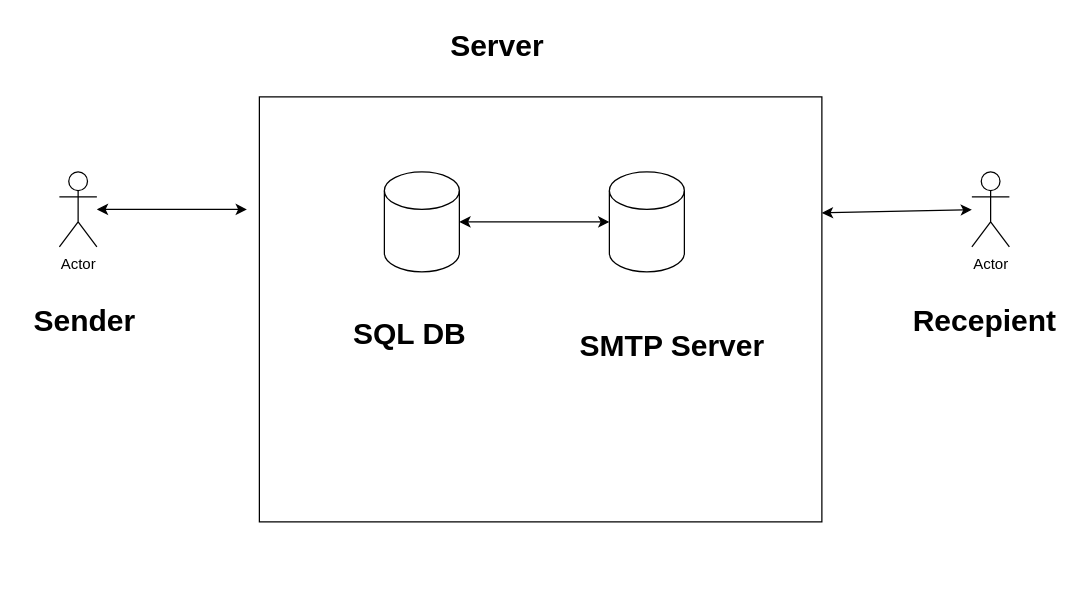
Above: smtp.drawio in icheglakov/diagrams_ (draw.io), before the change. Source tidied: cells renumbered, new cells numbered last; positions are measured from the earlier drawing's top-left corner, leaving out a move shared by most shapes. Both pictures are drawn from the tidied source at 125%, with x=0, y=0 at pixel (21, 21).
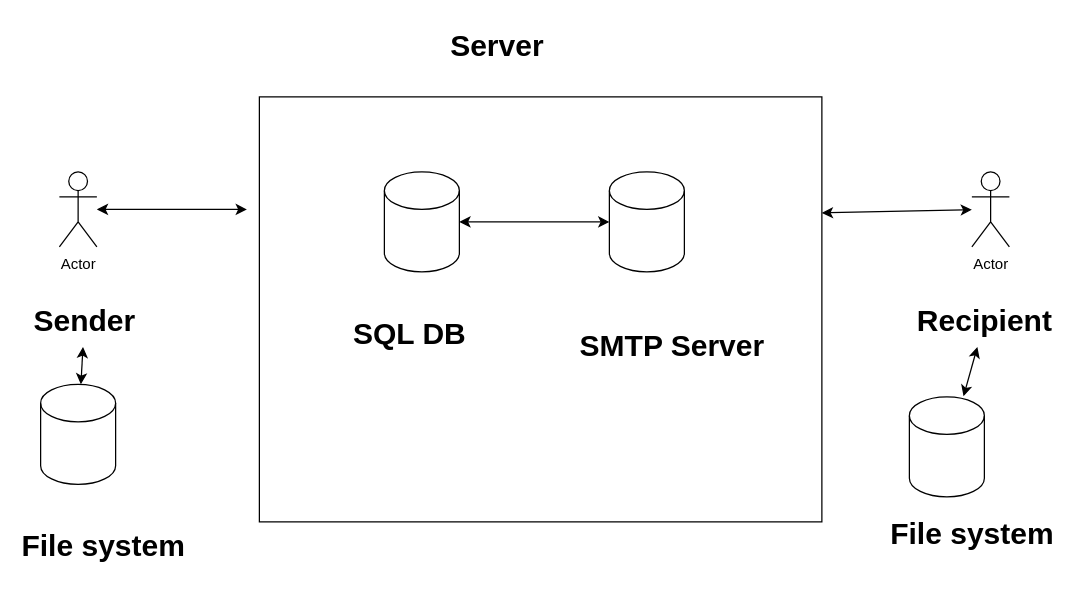
The same page after the edit.

Unchanged cells that the change refers to:
```xml
<mxCell id="10" value="Sender" style="text;strokeColor=none;fillColor=none;html=1;fontSize=24;fontStyle=1;verticalAlign=middle;align=center;" parent="1" vertex="1">
  <mxGeometry y="220" width="100" height="40" as="geometry" />
</mxCell>
```

Diff of the diagram source:
```diff
@@
-    <mxCell id="11" value="Recepient" style="text;strokeColor=none;fillColor=none;html=1;fontSize=24;fontStyle=1;verticalAlign=middle;align=center;" parent="1" vertex="1">
+    <mxCell id="11" value="Recipient" style="text;strokeColor=none;fillColor=none;html=1;fontSize=24;fontStyle=1;verticalAlign=middle;align=center;" parent="1" vertex="1">
       <mxGeometry x="720" y="220" width="100" height="40" as="geometry" />
     </mxCell>
@@
+    <mxCell id="15" style="shape=cylinder3;whiteSpace=wrap;html=1;boundedLbl=1;backgroundOutline=1;size=15;" parent="1" vertex="1">
+      <mxGeometry x="15" y="290" width="60" height="80" as="geometry" />
+    </mxCell>
+    <mxCell id="16" value="File system&lt;br&gt;" style="text;strokeColor=none;fillColor=none;html=1;fontSize=24;fontStyle=1;verticalAlign=middle;align=center;" parent="1" vertex="1">
+      <mxGeometry x="15" y="400" width="100" height="40" as="geometry" />
+    </mxCell>
+    <mxCell id="17" style="shape=cylinder3;whiteSpace=wrap;html=1;boundedLbl=1;backgroundOutline=1;size=15;" parent="1" vertex="1">
+      <mxGeometry x="710" y="300" width="60" height="80" as="geometry" />
+    </mxCell>
+    <mxCell id="18" value="File system&lt;br&gt;" style="text;strokeColor=none;fillColor=none;html=1;fontSize=24;fontStyle=1;verticalAlign=middle;align=center;" parent="1" vertex="1">
+      <mxGeometry x="710" y="390" width="100" height="40" as="geometry" />
+    </mxCell>
+    <mxCell id="19" style="endArrow=classic;startArrow=classic;html=1;rounded=0;" parent="1" edge="1" source="15" target="10">
+      <mxGeometry relative="1" as="geometry" />
+    </mxCell>
+    <mxCell id="20" style="endArrow=classic;startArrow=classic;html=1;rounded=0;exitX=0.722;exitY=-0.006;exitDx=0;exitDy=0;exitPerimeter=0;" parent="1" edge="1" source="17" target="11">
+      <mxGeometry relative="1" as="geometry" />
+    </mxCell>
```
